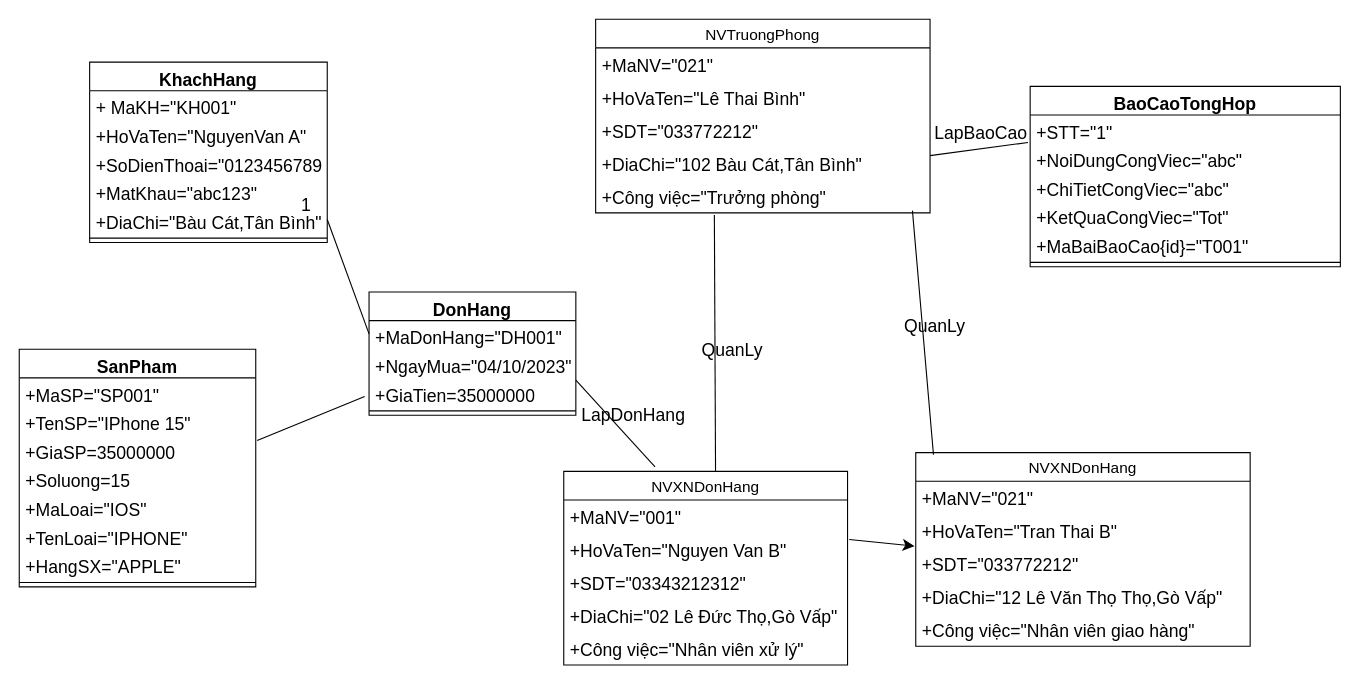
Above: page "Trang-5" (2 of 14) of Biểu đồ không có tiêu đề.drawio in anhduy7723/web_basic- (draw.io), before the change. Source tidied: cells renumbered, new cells numbered last; positions are measured from the earlier drawing's top-left corner, leaving out a move shared by most shapes. Both pictures are drawn from the tidied source at 110%, with x=0, y=0 at pixel (19, 19).
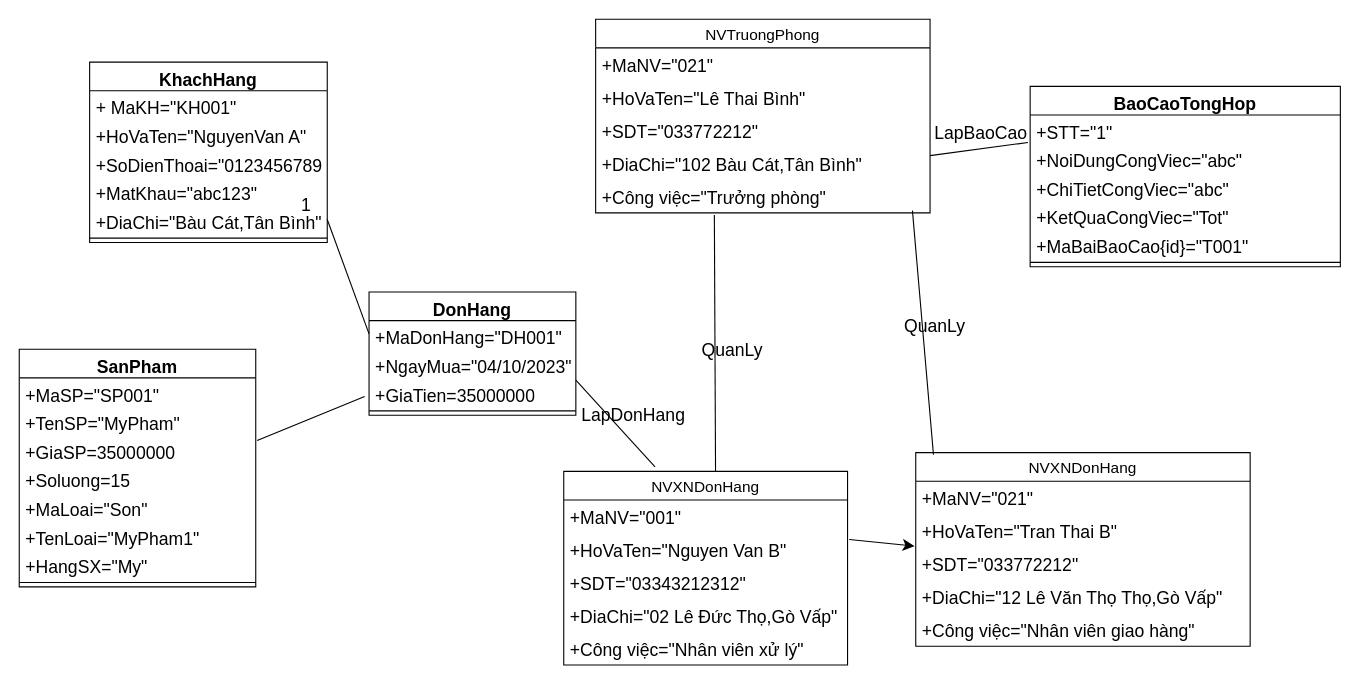
Above is the later version.

The change refers to these unchanged cells:
```xml
<mxCell id="9" value="SanPham" style="swimlane;fontStyle=1;align=center;verticalAlign=top;horizontal=1;startSize=26;whiteSpace=wrap;html=1;fontSize=16;" parent="1" vertex="1">
  <mxGeometry y="300" width="215" height="216" as="geometry" />
</mxCell>
```

The edit, as a diff of the source:
```diff
@@
-    <mxCell id="11" value="+TenSP=&quot;IPhone 15&quot;" style="text;strokeColor=none;fillColor=none;align=left;verticalAlign=top;spacingLeft=4;spacingRight=4;overflow=hidden;whiteSpace=wrap;html=1;fontSize=16;" parent="9" vertex="1">
+    <mxCell id="11" value="+TenSP=&quot;MyPham&quot;" style="text;strokeColor=none;fillColor=none;align=left;verticalAlign=top;spacingLeft=4;spacingRight=4;overflow=hidden;whiteSpace=wrap;html=1;fontSize=16;" parent="9" vertex="1">
       <mxGeometry y="52" width="215" height="26" as="geometry" />
     </mxCell>
@@
-    <mxCell id="14" value="+MaLoai=&quot;IOS&quot;" style="text;strokeColor=none;fillColor=none;align=left;verticalAlign=top;spacingLeft=4;spacingRight=4;overflow=hidden;whiteSpace=wrap;html=1;fontSize=16;" parent="9" vertex="1">
+    <mxCell id="14" value="+MaLoai=&quot;Son&quot;" style="text;strokeColor=none;fillColor=none;align=left;verticalAlign=top;spacingLeft=4;spacingRight=4;overflow=hidden;whiteSpace=wrap;html=1;fontSize=16;" parent="9" vertex="1">
       <mxGeometry y="130" width="215" height="26" as="geometry" />
     </mxCell>
-    <mxCell id="15" value="+TenLoai=&quot;IPHONE&quot;" style="text;strokeColor=none;fillColor=none;align=left;verticalAlign=top;spacingLeft=4;spacingRight=4;overflow=hidden;whiteSpace=wrap;html=1;fontSize=16;" parent="9" vertex="1">
+    <mxCell id="15" value="+TenLoai=&quot;MyPham1&quot;" style="text;strokeColor=none;fillColor=none;align=left;verticalAlign=top;spacingLeft=4;spacingRight=4;overflow=hidden;whiteSpace=wrap;html=1;fontSize=16;" parent="9" vertex="1">
       <mxGeometry y="156" width="215" height="26" as="geometry" />
     </mxCell>
-    <mxCell id="16" value="+HangSX=&quot;APPLE&quot;" style="text;strokeColor=none;fillColor=none;align=left;verticalAlign=top;spacingLeft=4;spacingRight=4;overflow=hidden;whiteSpace=wrap;html=1;fontSize=16;" parent="9" vertex="1">
+    <mxCell id="16" value="+HangSX=&quot;My&quot;" style="text;strokeColor=none;fillColor=none;align=left;verticalAlign=top;spacingLeft=4;spacingRight=4;overflow=hidden;whiteSpace=wrap;html=1;fontSize=16;" parent="9" vertex="1">
       <mxGeometry y="182" width="215" height="26" as="geometry" />
     </mxCell>
```
